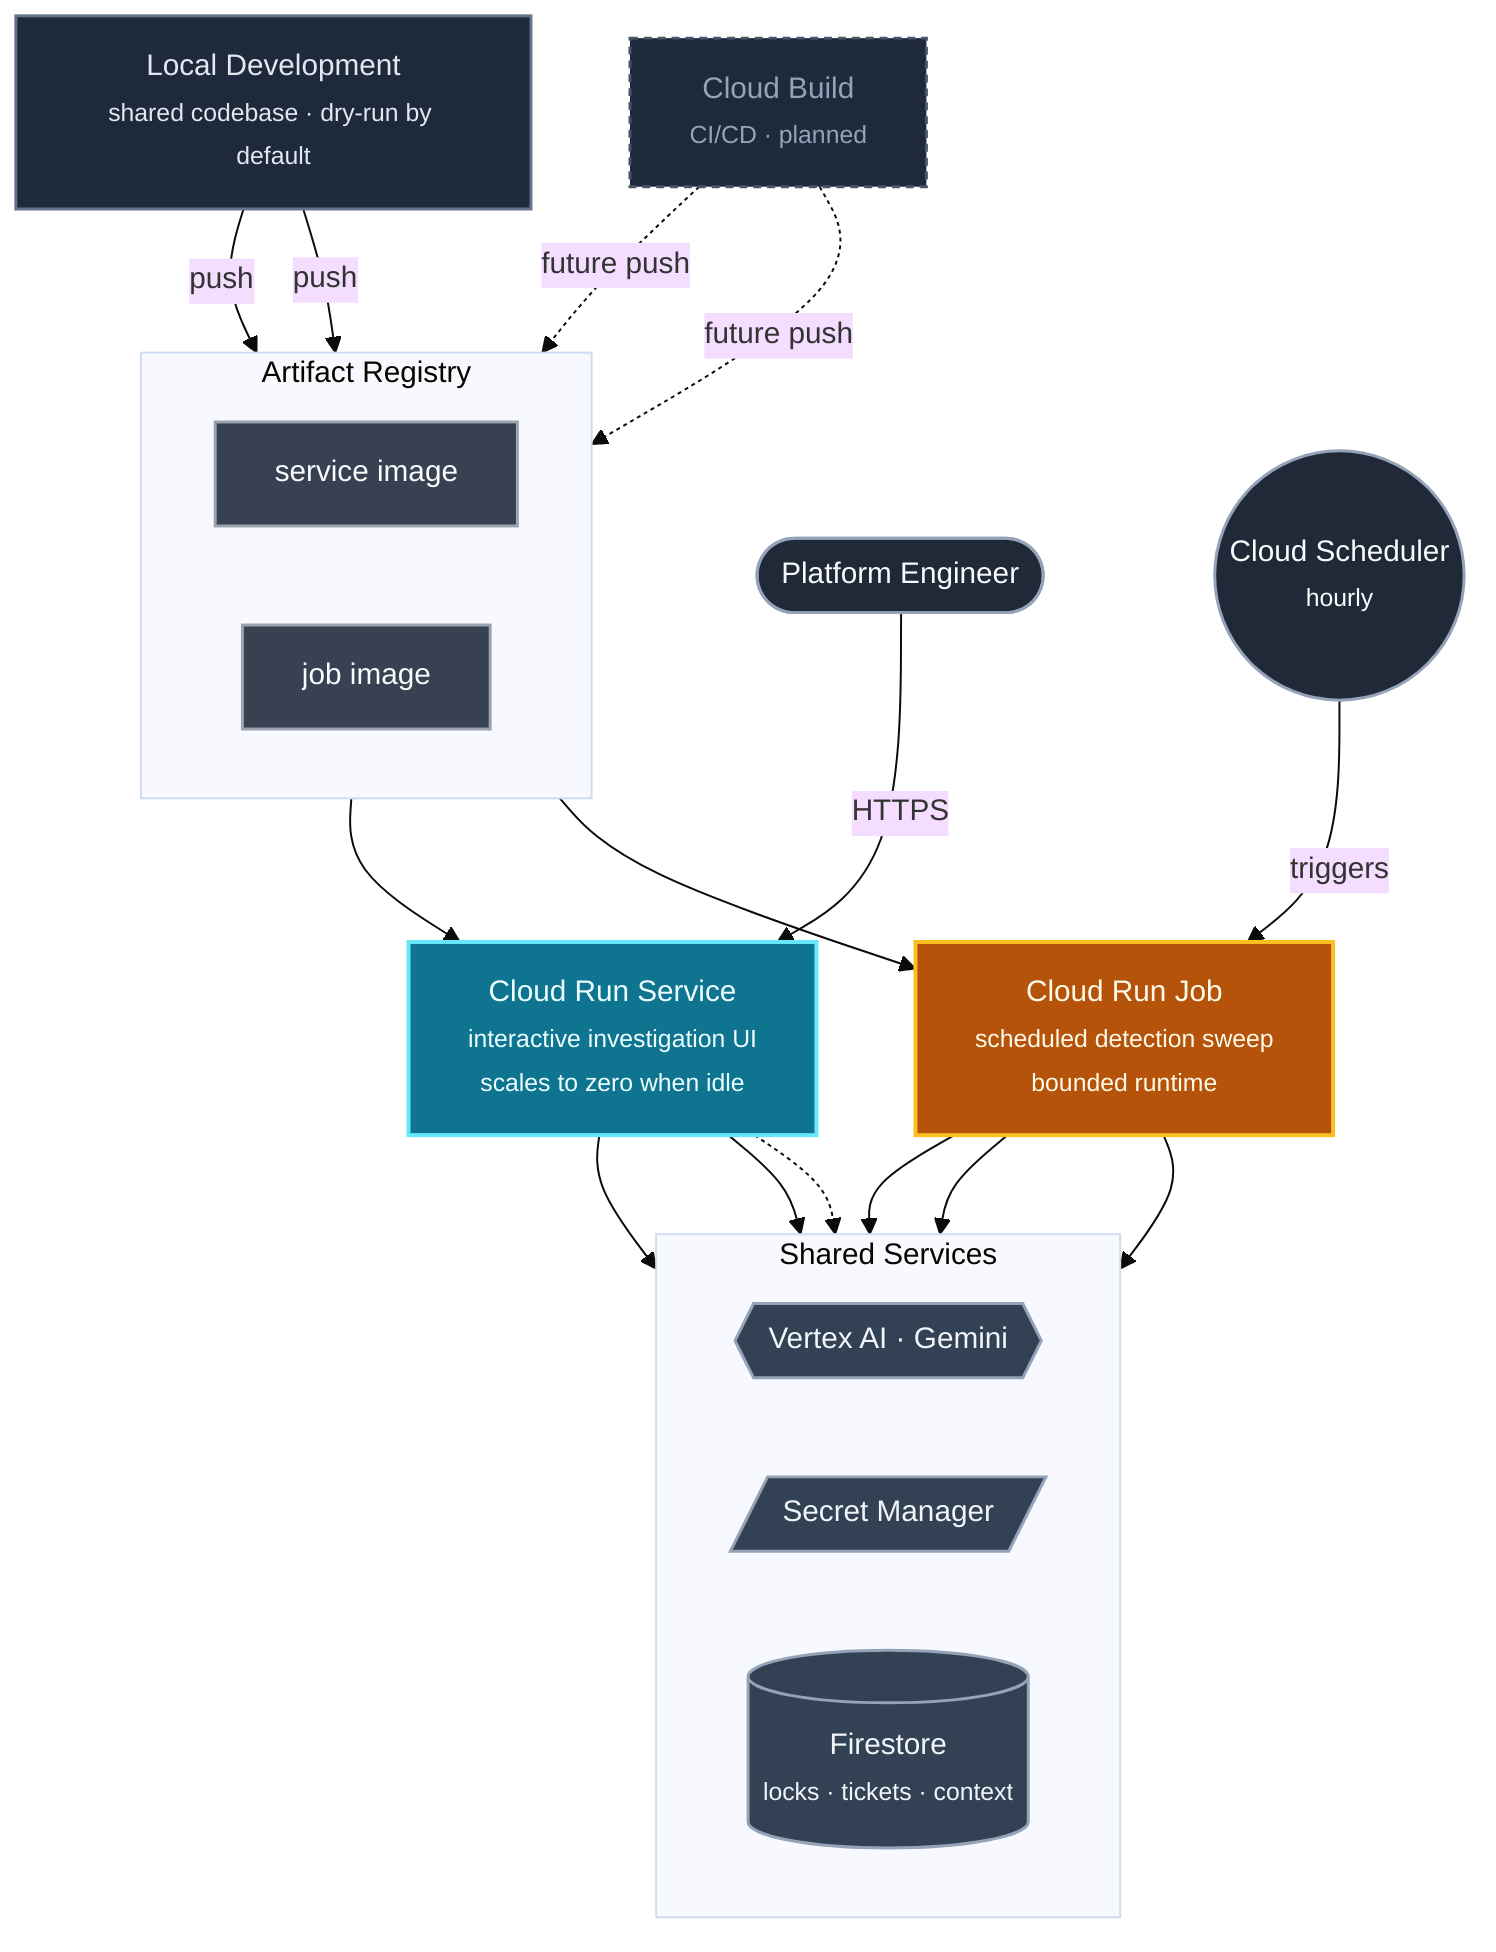
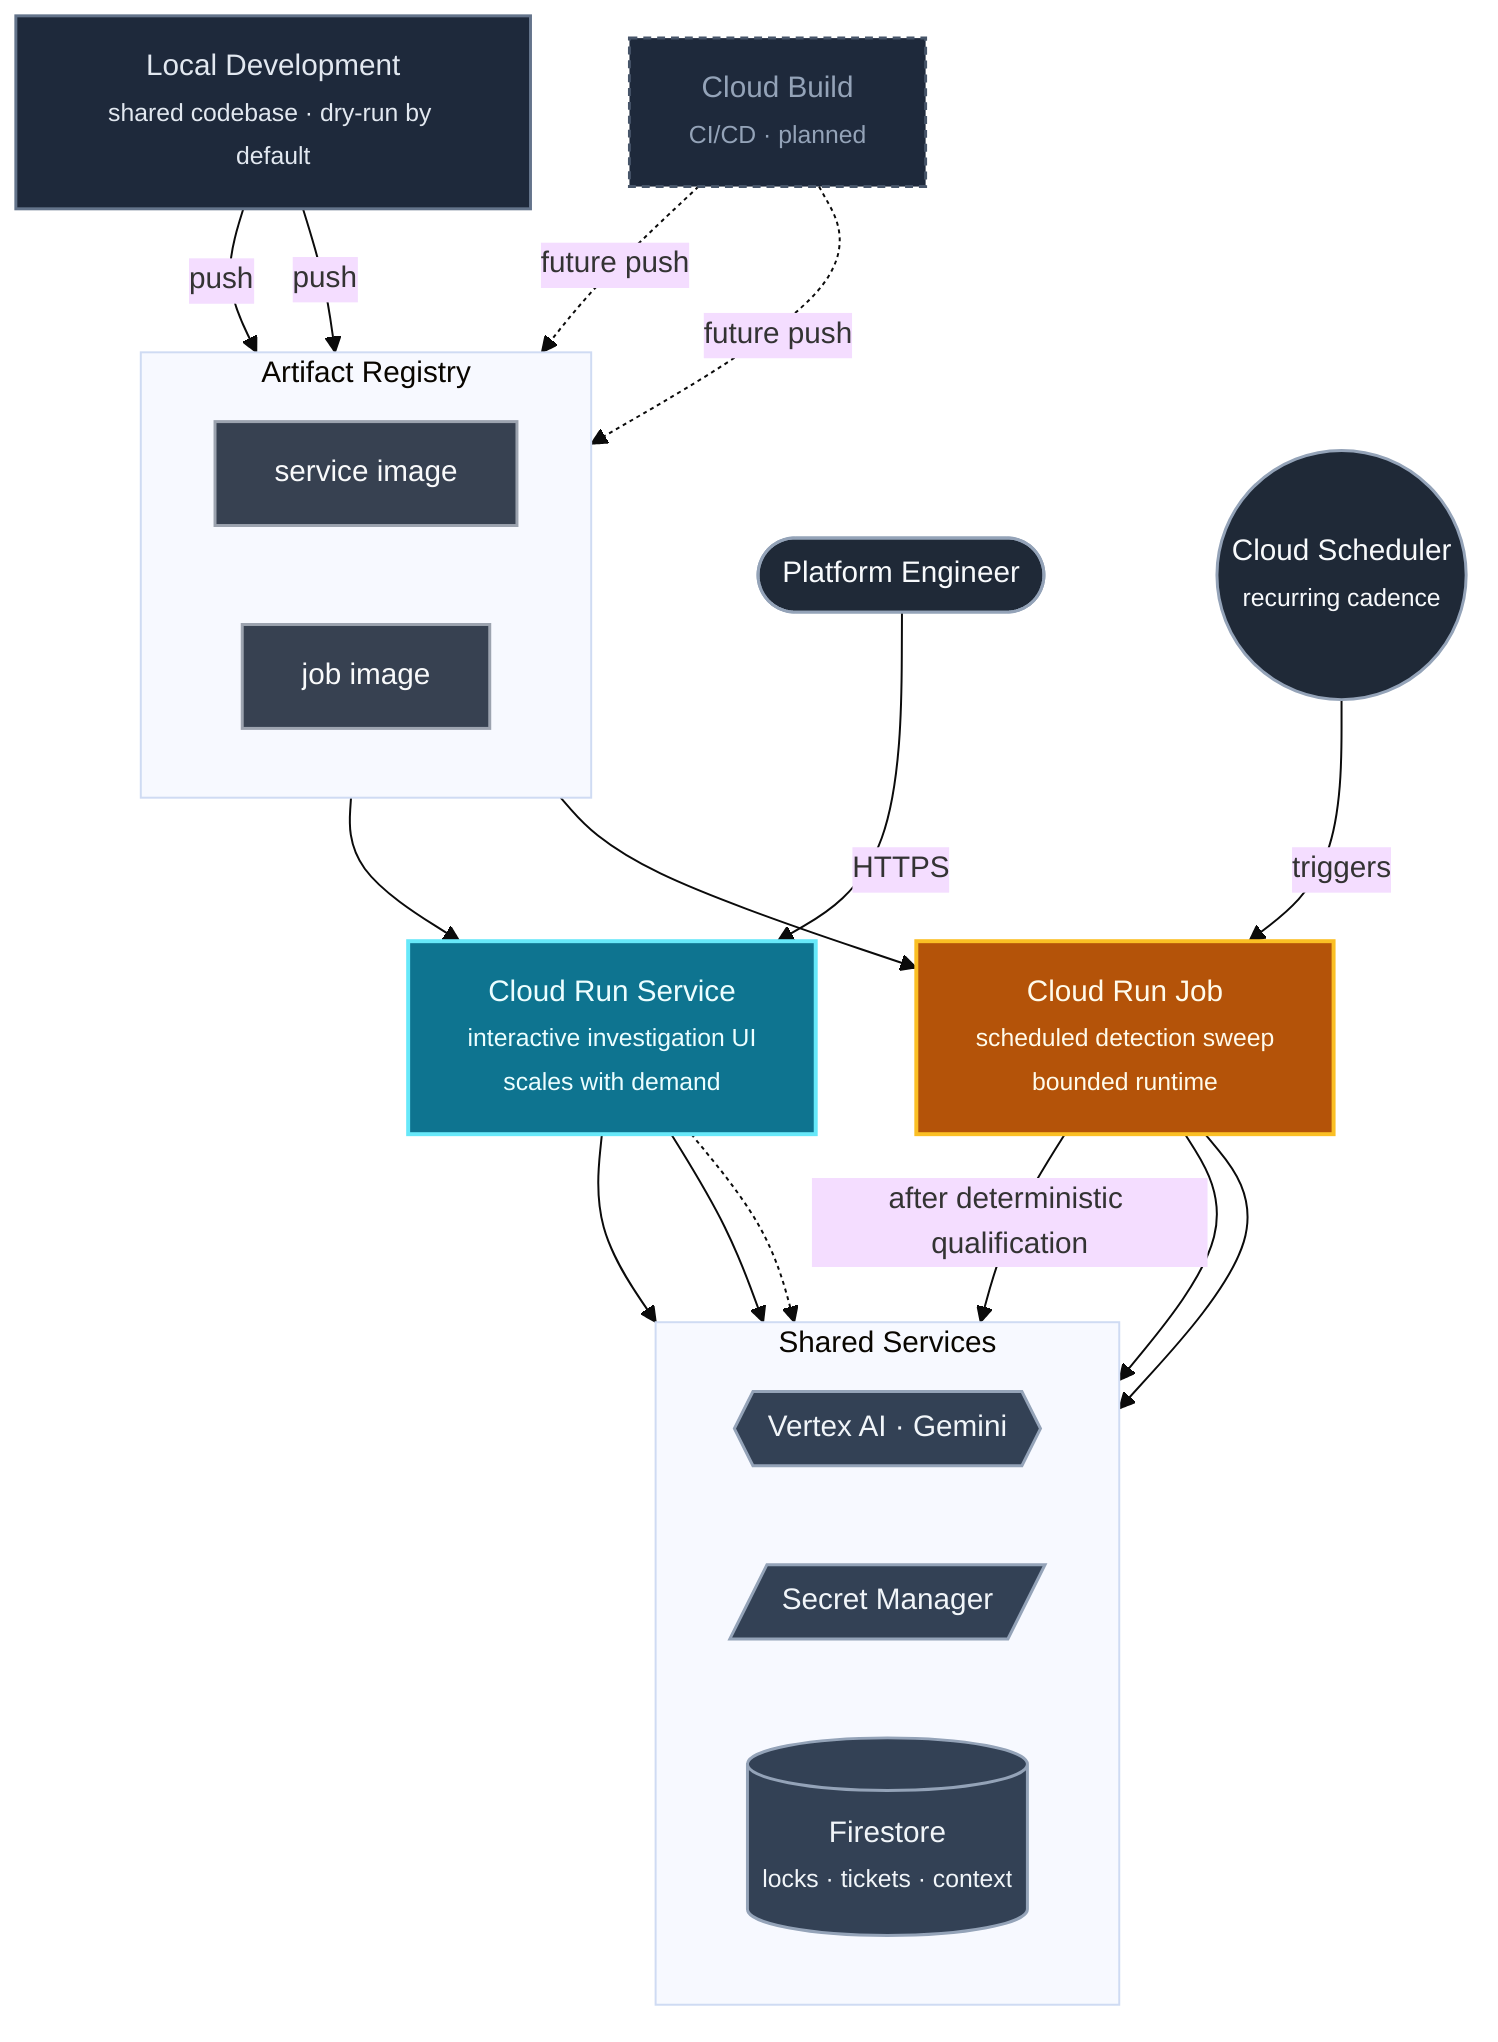
%%{init: {"theme": "base", "themeVariables": {"fontSize": "15px"}}}%%
flowchart TB
    classDef dev fill:#1e293b,stroke:#64748b,color:#e2e8f0,stroke-width:1.5px
    classDef ci fill:#374151,stroke:#9ca3af,color:#f9fafb,stroke-width:1.5px
    classDef planned fill:#1e293b,stroke:#475569,color:#94a3b8,stroke-width:1.5px,stroke-dasharray: 4 3
    classDef svc fill:#0e7490,stroke:#67e8f9,color:#ecfeff,stroke-width:2px
    classDef job fill:#b45309,stroke:#fbbf24,color:#fffbeb,stroke-width:2px
    classDef shared fill:#334155,stroke:#94a3b8,color:#f1f5f9,stroke-width:1.5px
    classDef actor fill:#1f2937,stroke:#94a3b8,color:#f8fafc,stroke-width:1.5px

    Dev["Local Development<br/><small>shared codebase · dry-run by default</small>"]:::dev
    CloudBuild["Cloud Build<br/><small>CI/CD · planned</small>"]:::planned

    subgraph Registry["Artifact Registry"]
        direction LR
        ImgSvc["service image"]:::ci
        ImgJob["job image"]:::ci
    end
    Dev -->|"push"| ImgSvc
    Dev -->|"push"| ImgJob
    CloudBuild -.->|"future push"| ImgSvc
    CloudBuild -.->|"future push"| ImgJob

    Engineer(["Platform Engineer"]):::actor
-     Sched(("Cloud Scheduler<br/><small>hourly</small>")):::actor
+     Sched(("Cloud Scheduler<br/><small>recurring cadence</small>")):::actor

-     ImgSvc --> Service["Cloud Run Service<br/><small>interactive investigation UI<br/>scales to zero when idle</small>"]:::svc
+     ImgSvc --> Service["Cloud Run Service<br/><small>interactive investigation UI<br/>scales with demand</small>"]:::svc
    ImgJob --> Job["Cloud Run Job<br/><small>scheduled detection sweep<br/>bounded runtime</small>"]:::job

    Engineer -->|"HTTPS"| Service
    Sched -->|"triggers"| Job

    subgraph Shared["Shared Services"]
        direction LR
        LLM{{"Vertex AI · Gemini"}}:::shared
        Secrets[/"Secret Manager"/]:::shared
        Docs[("Firestore<br/><small>locks · tickets · context</small>")]:::shared
    end

    Service --> LLM
-     Job --> LLM
+     Job -->|"after deterministic qualification"| LLM
    Service --> Secrets
    Job --> Secrets
    Job --> Docs
    Service -.-> Docs
